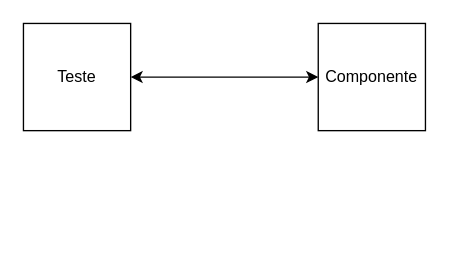
Earlier version of the draw.io diagram Diagrama sem nome.drawio (gusrubin/arquitetura-hexagonal). Source tidied: cells renumbered, new cells numbered last; positions are measured from the earlier drawing's top-left corner, leaving out a move shared by most shapes. Both pictures are drawn from the tidied source at 134%, with x=0, y=0 at pixel (23, 23).
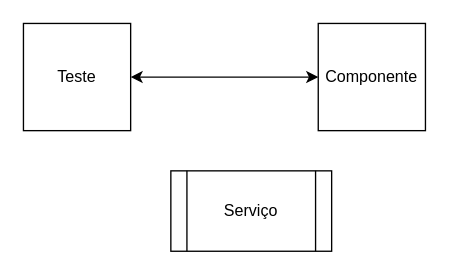
Above is the later version.

The edit, as a diff of the source:
```diff
@@
 <mxGraphModel>
   <root>
     <mxCell id="0" />
     <mxCell id="1" parent="0" />
     <mxCell id="2" value="Teste" style="whiteSpace=wrap;html=1;" parent="1" vertex="1">
       <mxGeometry width="80" height="80" as="geometry" />
     </mxCell>
     <mxCell id="3" value="Componente" style="whiteSpace=wrap;html=1;" parent="1" vertex="1">
       <mxGeometry x="220" width="80" height="80" as="geometry" />
     </mxCell>
     <mxCell id="4" style="endArrow=classic;startArrow=classic;html=1;rounded=0;entryX=0;entryY=0.5;entryDx=0;entryDy=0;exitX=1;exitY=0.5;exitDx=0;exitDy=0;" parent="1" edge="1" source="2" target="3">
       <mxGeometry relative="1" as="geometry" />
     </mxCell>
+    <mxCell id="5" value="Serviço" style="shape=process;whiteSpace=wrap;html=1;backgroundOutline=1;" parent="1" vertex="1">
+      <mxGeometry x="110" y="110" width="120" height="60" as="geometry" />
+    </mxCell>
   </root>
 </mxGraphModel>
```
